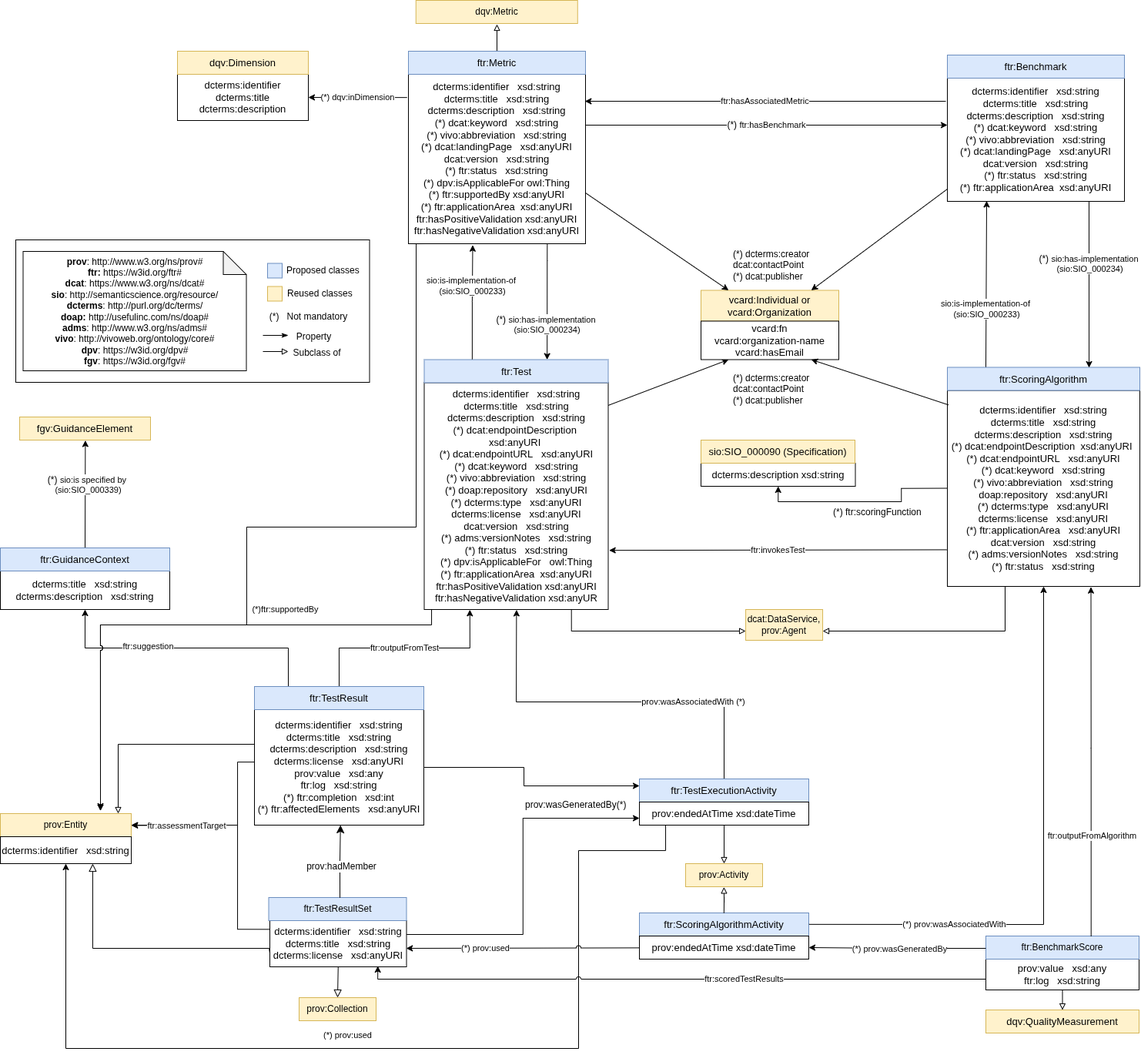
Before: development/img/FAIRTestResult_diagram_v13.drawio.png, a diagram exported from draw.io (OSTrails/FAIR_testing_resource_vocabulary). Source tidied: cells renumbered, new cells last; positions are measured from the earlier drawing's top-left corner, leaving out a move shared by most shapes.
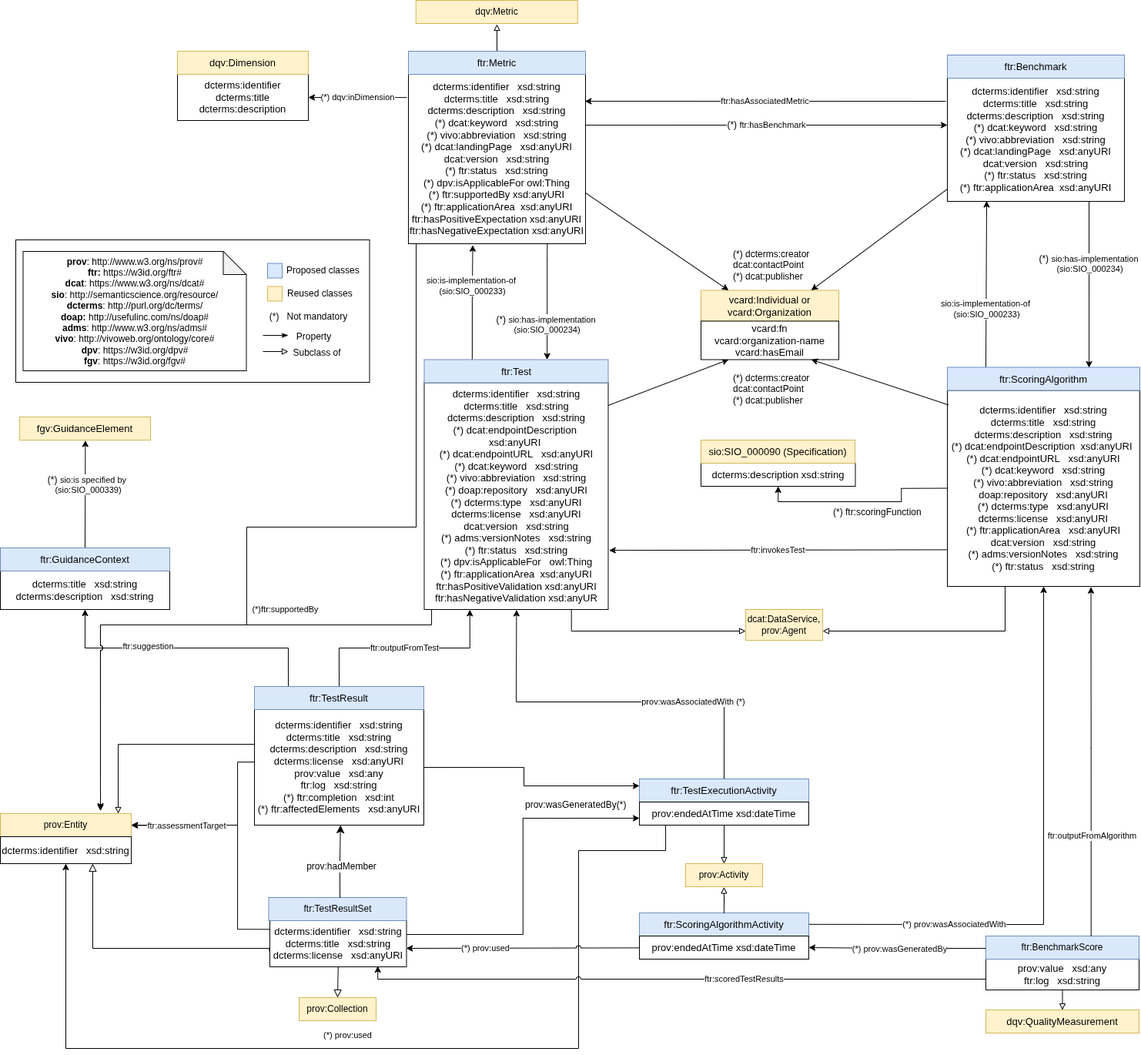
After the commit.

Change to the diagram source:
```diff
@@ -164,7 +164,7 @@
         </Array>
       </mxGeometry>
     </mxCell>
-    <mxCell id="38" value="&lt;span style=&quot;text-decoration-skip-ink: none;&quot;&gt;&lt;font style=&quot;font-size: 13px;&quot;&gt;&lt;div&gt;dcterms:identifier&amp;nbsp; &amp;nbsp;&lt;span style=&quot;background-color: transparent; color: light-dark(rgb(0, 0, 0), rgb(255, 255, 255));&quot;&gt;xsd:string&lt;/span&gt;&lt;/div&gt;&lt;div&gt;&lt;span style=&quot;background-color: initial;&quot;&gt;dcterms:title&amp;nbsp; &amp;nbsp;xsd:string&lt;/span&gt;&lt;br&gt;&lt;/div&gt;&lt;div&gt;dcterms:description&amp;nbsp; &amp;nbsp;&lt;span style=&quot;background-color: transparent; color: light-dark(rgb(0, 0, 0), rgb(255, 255, 255));&quot;&gt;xsd:string&lt;/span&gt;&lt;/div&gt;&lt;div&gt;&lt;span style=&quot;background-color: transparent; color: light-dark(rgb(0, 0, 0), rgb(255, 255, 255));&quot;&gt;(*)&lt;/span&gt;&lt;span style=&quot;background-color: transparent; color: light-dark(rgb(0, 0, 0), rgb(255, 255, 255));&quot;&gt;&amp;nbsp;&lt;/span&gt;dcat:keyword&amp;nbsp; &amp;nbsp;&lt;span style=&quot;background-color: transparent; color: light-dark(rgb(0, 0, 0), rgb(255, 255, 255));&quot;&gt;xsd:string&lt;/span&gt;&lt;/div&gt;&lt;div&gt;&lt;span style=&quot;background-color: transparent; color: light-dark(rgb(0, 0, 0), rgb(255, 255, 255));&quot;&gt;(*)&lt;/span&gt;&lt;span style=&quot;background-color: transparent; color: light-dark(rgb(0, 0, 0), rgb(255, 255, 255));&quot;&gt;&amp;nbsp;&lt;/span&gt;vivo:abbreviation&amp;nbsp; &amp;nbsp;&lt;span style=&quot;background-color: transparent; color: light-dark(rgb(0, 0, 0), rgb(255, 255, 255));&quot;&gt;xsd:string&lt;/span&gt;&lt;/div&gt;&lt;div&gt;&lt;span style=&quot;background-color: transparent; color: light-dark(rgb(0, 0, 0), rgb(255, 255, 255));&quot;&gt;(*)&lt;/span&gt;&lt;span style=&quot;background-color: transparent; color: light-dark(rgb(0, 0, 0), rgb(255, 255, 255));&quot;&gt;&amp;nbsp;&lt;/span&gt;dcat:landingPage&amp;nbsp; &amp;nbsp;xsd:anyURI&lt;/div&gt;&lt;div&gt;&lt;div&gt;&lt;span style=&quot;background-color: transparent; color: light-dark(rgb(0, 0, 0), rgb(255, 255, 255));&quot;&gt;dcat:version&amp;nbsp; &amp;nbsp;&lt;/span&gt;&lt;span style=&quot;background-color: transparent; color: light-dark(rgb(0, 0, 0), rgb(255, 255, 255));&quot;&gt;xsd:string&lt;/span&gt;&lt;/div&gt;&lt;div&gt;&lt;span style=&quot;color: light-dark(rgb(0, 0, 0), rgb(255, 255, 255)); background-color: transparent;&quot;&gt;(*)&lt;/span&gt;&lt;span style=&quot;color: light-dark(rgb(0, 0, 0), rgb(255, 255, 255)); background-color: transparent;&quot;&gt;&amp;nbsp;&lt;/span&gt;&lt;font face=&quot;Arial&quot;&gt;ftr:status&amp;nbsp; &amp;nbsp;xsd:string&lt;/font&gt;&lt;/div&gt;&lt;div&gt;&lt;font face=&quot;Arial&quot;&gt;(*) dpv:isApplicableFor owl:Thing&lt;br&gt;&lt;/font&gt;&lt;/div&gt;&lt;div&gt;&lt;span style=&quot;text-decoration-skip-ink: none;&quot;&gt;&lt;font face=&quot;Arial&quot;&gt;(*) ftr:supportedBy xsd:anyURI&lt;/font&gt;&lt;/span&gt;&lt;/div&gt;&lt;/div&gt;&lt;div&gt;&lt;span style=&quot;text-decoration-skip-ink: none;&quot;&gt;&lt;span style=&quot;background-color: transparent; color: light-dark(rgb(0, 0, 0), rgb(255, 255, 255));&quot;&gt;(*)&lt;/span&gt;&lt;span style=&quot;background-color: transparent; color: light-dark(rgb(0, 0, 0), rgb(255, 255, 255));&quot;&gt;&amp;nbsp;&lt;/span&gt;&lt;/span&gt;&lt;span style=&quot;background-color: transparent;&quot;&gt;ftr:applicationArea&lt;/span&gt;&lt;span style=&quot;color: light-dark(rgb(0, 0, 0), rgb(255, 255, 255)); background-color: transparent; font-family: Arial;&quot;&gt;&amp;nbsp; xsd:anyURI&lt;/span&gt;&lt;/div&gt;&lt;div&gt;&lt;span style=&quot;background-color: transparent;&quot;&gt;&lt;font face=&quot;Arial&quot;&gt;ftr:hasPositiveValidation xsd:anyURI&lt;/font&gt;&lt;/span&gt;&lt;/div&gt;&lt;div&gt;&lt;span style=&quot;background-color: transparent;&quot;&gt;&lt;font face=&quot;Arial&quot;&gt;ftr:hasNegativeValidation xsd:anyURI&lt;/font&gt;&lt;/span&gt;&lt;/div&gt;&lt;/font&gt;&lt;/span&gt;" style="rounded=0;whiteSpace=wrap;html=1;snapToPoint=1;points=[[0.1,0],[0.2,0],[0.3,0],[0.4,0],[0.5,0],[0.6,0],[0.7,0],[0.8,0],[0.9,0],[0,0.1],[0,0.3],[0,0.5],[0,0.7],[0,0.9],[0.1,1],[0.2,1],[0.3,1],[0.4,1],[0.5,1],[0.6,1],[0.7,1],[0.8,1],[0.9,1],[1,0.1],[1,0.3],[1,0.5],[1,0.7],[1,0.9]];" parent="1" vertex="1">
+    <mxCell id="38" value="&lt;span style=&quot;text-decoration-skip-ink: none;&quot;&gt;&lt;font style=&quot;font-size: 13px;&quot;&gt;&lt;div&gt;dcterms:identifier&amp;nbsp; &amp;nbsp;&lt;span style=&quot;background-color: transparent; color: light-dark(rgb(0, 0, 0), rgb(255, 255, 255));&quot;&gt;xsd:string&lt;/span&gt;&lt;/div&gt;&lt;div&gt;&lt;span style=&quot;background-color: initial;&quot;&gt;dcterms:title&amp;nbsp; &amp;nbsp;xsd:string&lt;/span&gt;&lt;br&gt;&lt;/div&gt;&lt;div&gt;dcterms:description&amp;nbsp; &amp;nbsp;&lt;span style=&quot;background-color: transparent; color: light-dark(rgb(0, 0, 0), rgb(255, 255, 255));&quot;&gt;xsd:string&lt;/span&gt;&lt;/div&gt;&lt;div&gt;&lt;span style=&quot;background-color: transparent; color: light-dark(rgb(0, 0, 0), rgb(255, 255, 255));&quot;&gt;(*)&lt;/span&gt;&lt;span style=&quot;background-color: transparent; color: light-dark(rgb(0, 0, 0), rgb(255, 255, 255));&quot;&gt;&amp;nbsp;&lt;/span&gt;dcat:keyword&amp;nbsp; &amp;nbsp;&lt;span style=&quot;background-color: transparent; color: light-dark(rgb(0, 0, 0), rgb(255, 255, 255));&quot;&gt;xsd:string&lt;/span&gt;&lt;/div&gt;&lt;div&gt;&lt;span style=&quot;background-color: transparent; color: light-dark(rgb(0, 0, 0), rgb(255, 255, 255));&quot;&gt;(*)&lt;/span&gt;&lt;span style=&quot;background-color: transparent; color: light-dark(rgb(0, 0, 0), rgb(255, 255, 255));&quot;&gt;&amp;nbsp;&lt;/span&gt;vivo:abbreviation&amp;nbsp; &amp;nbsp;&lt;span style=&quot;background-color: transparent; color: light-dark(rgb(0, 0, 0), rgb(255, 255, 255));&quot;&gt;xsd:string&lt;/span&gt;&lt;/div&gt;&lt;div&gt;&lt;span style=&quot;background-color: transparent; color: light-dark(rgb(0, 0, 0), rgb(255, 255, 255));&quot;&gt;(*)&lt;/span&gt;&lt;span style=&quot;background-color: transparent; color: light-dark(rgb(0, 0, 0), rgb(255, 255, 255));&quot;&gt;&amp;nbsp;&lt;/span&gt;dcat:landingPage&amp;nbsp; &amp;nbsp;xsd:anyURI&lt;/div&gt;&lt;div&gt;&lt;div&gt;&lt;span style=&quot;background-color: transparent; color: light-dark(rgb(0, 0, 0), rgb(255, 255, 255));&quot;&gt;dcat:version&amp;nbsp; &amp;nbsp;&lt;/span&gt;&lt;span style=&quot;background-color: transparent; color: light-dark(rgb(0, 0, 0), rgb(255, 255, 255));&quot;&gt;xsd:string&lt;/span&gt;&lt;/div&gt;&lt;div&gt;&lt;span style=&quot;color: light-dark(rgb(0, 0, 0), rgb(255, 255, 255)); background-color: transparent;&quot;&gt;(*)&lt;/span&gt;&lt;span style=&quot;color: light-dark(rgb(0, 0, 0), rgb(255, 255, 255)); background-color: transparent;&quot;&gt;&amp;nbsp;&lt;/span&gt;&lt;font face=&quot;Arial&quot;&gt;ftr:status&amp;nbsp; &amp;nbsp;xsd:string&lt;/font&gt;&lt;/div&gt;&lt;div&gt;&lt;font face=&quot;Arial&quot;&gt;(*) dpv:isApplicableFor owl:Thing&lt;br&gt;&lt;/font&gt;&lt;/div&gt;&lt;div&gt;&lt;span style=&quot;text-decoration-skip-ink: none;&quot;&gt;&lt;font face=&quot;Arial&quot;&gt;(*) ftr:supportedBy xsd:anyURI&lt;/font&gt;&lt;/span&gt;&lt;/div&gt;&lt;/div&gt;&lt;div&gt;&lt;span style=&quot;text-decoration-skip-ink: none;&quot;&gt;&lt;span style=&quot;background-color: transparent; color: light-dark(rgb(0, 0, 0), rgb(255, 255, 255));&quot;&gt;(*)&lt;/span&gt;&lt;span style=&quot;background-color: transparent; color: light-dark(rgb(0, 0, 0), rgb(255, 255, 255));&quot;&gt;&amp;nbsp;&lt;/span&gt;&lt;/span&gt;&lt;span style=&quot;background-color: transparent;&quot;&gt;ftr:applicationArea&lt;/span&gt;&lt;span style=&quot;color: light-dark(rgb(0, 0, 0), rgb(255, 255, 255)); background-color: transparent; font-family: Arial;&quot;&gt;&amp;nbsp; xsd:anyURI&lt;/span&gt;&lt;/div&gt;&lt;div&gt;&lt;span style=&quot;background-color: transparent;&quot;&gt;&lt;font face=&quot;Arial&quot;&gt;ftr:hasPositiveExpectation xsd:anyURI&lt;/font&gt;&lt;/span&gt;&lt;/div&gt;&lt;div&gt;&lt;span style=&quot;background-color: transparent;&quot;&gt;&lt;font face=&quot;Arial&quot;&gt;ftr:hasNegativeExpectation xsd:anyURI&lt;/font&gt;&lt;/span&gt;&lt;/div&gt;&lt;/font&gt;&lt;/span&gt;" style="rounded=0;whiteSpace=wrap;html=1;snapToPoint=1;points=[[0.1,0],[0.2,0],[0.3,0],[0.4,0],[0.5,0],[0.6,0],[0.7,0],[0.8,0],[0.9,0],[0,0.1],[0,0.3],[0,0.5],[0,0.7],[0,0.9],[0.1,1],[0.2,1],[0.3,1],[0.4,1],[0.5,1],[0.6,1],[0.7,1],[0.8,1],[0.9,1],[1,0.1],[1,0.3],[1,0.5],[1,0.7],[1,0.9]];" parent="1" vertex="1">
       <mxGeometry x="530" y="96" width="230" height="220" as="geometry" />
     </mxCell>
     <mxCell id="39" value="&lt;span style=&quot;text-decoration-skip-ink: none;&quot;&gt;&lt;span style=&quot;background-color: transparent; color: light-dark(rgb(0, 0, 0), rgb(255, 255, 255));&quot;&gt;(*)&lt;/span&gt;&lt;span style=&quot;background-color: transparent; color: light-dark(rgb(0, 0, 0), rgb(255, 255, 255));&quot;&gt;&amp;nbsp;&lt;/span&gt;dqv:inDimension&lt;/span&gt;" style="rounded=0;jettySize=auto;html=1;entryX=1;entryY=0.5;entryDx=0;entryDy=0;exitX=-0.008;exitY=0.137;exitDx=0;exitDy=0;exitPerimeter=0;" parent="1" edge="1" source="38" target="55">
```
